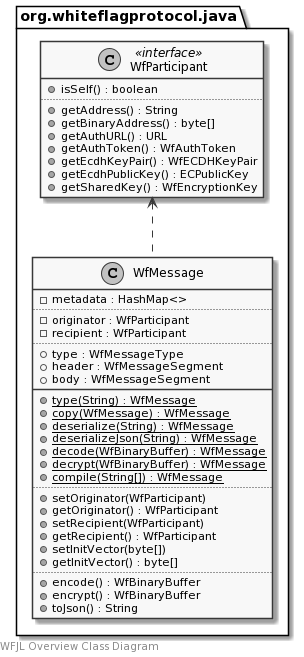
The PlantUML diagram docs/uml/overview.png in WhiteflagProtocol/whiteflag-java, before a commit.
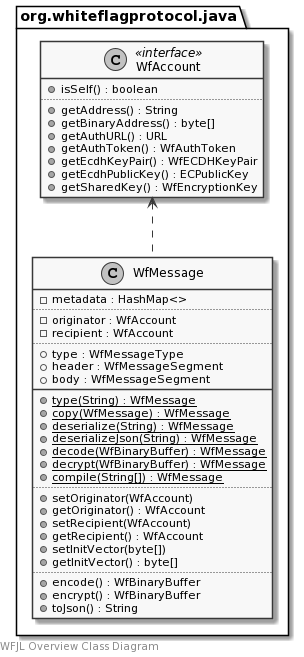
The same diagram one commit later.

What changed in the source:
```diff
@@ -7,8 +7,8 @@
     class WfMessage {
         -metadata : HashMap<>
         ..
-        -originator : WfParticipant
-        -recipient : WfParticipant
+        -originator : WfAccount
+        -recipient : WfAccount
         ..
         +type : WfMessageType
         +header : WfMessageSegment
@@ -22,10 +22,10 @@
         {static} +decrypt(WfBinaryBuffer) : WfMessage
         {static} +compile(String[]) : WfMessage
         ..
-        +setOriginator(WfParticipant)
-        +getOriginator() : WfParticipant
-        +setRecipient(WfParticipant)
-        +getRecipient() : WfParticipant
+        +setOriginator(WfAccount)
+        +getOriginator() : WfAccount
+        +setRecipient(WfAccount)
+        +getRecipient() : WfAccount
         +setInitVector(byte[])
         +getInitVector() : byte[]
         ..
@@ -34,7 +34,7 @@
         +toJson() : String
     }
 
-    class WfParticipant <<interface>> {
+    class WfAccount <<interface>> {
         +isSelf() : boolean
         ..
         +getAddress() : String
@@ -47,5 +47,5 @@
     }
 }
 
-WfParticipant <.. WfMessage
+WfAccount <.. WfMessage
 @enduml
```
